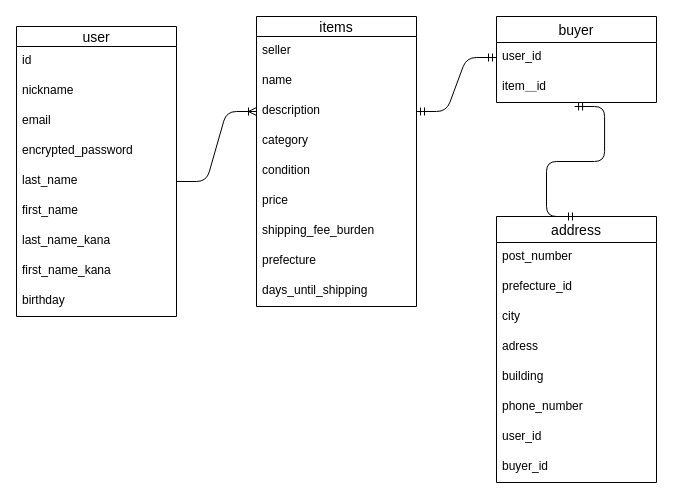
The draw.io diagram ER.dio in srs5576/furima-38524, before the edit. Source tidied: cells renumbered, new cells numbered last; positions are measured from the earlier drawing's top-left corner, leaving out a move shared by most shapes. Both pictures are drawn from the tidied source at 100%, with x=0, y=0 at pixel (16, 16).
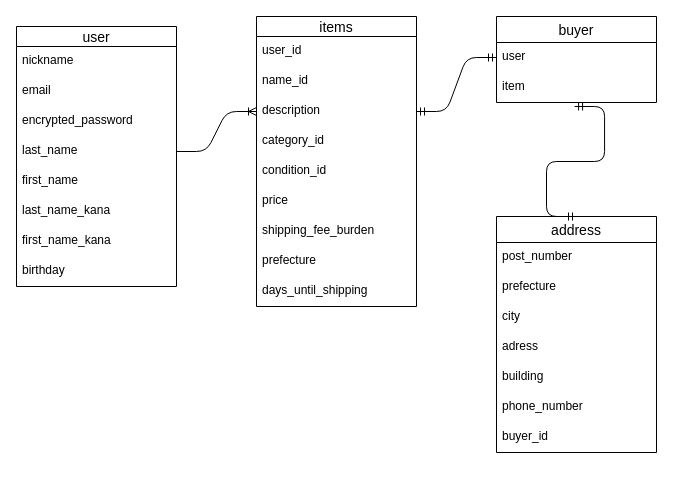
Above is the later version.

The change refers to these unchanged cells:
```xml
<mxCell id="12" value="items" style="swimlane;fontStyle=0;horizontal=1;startSize=20;align=center;fontSize=14;" parent="1" vertex="1">
  <mxGeometry x="240" width="160" height="290" as="geometry" />
</mxCell>
<mxCell id="32" value="buyer" style="swimlane;fontStyle=0;horizontal=1;startSize=26;align=center;fontSize=14;" parent="1" vertex="1">
  <mxGeometry x="480" width="160" height="86" as="geometry" />
</mxCell>
```

What changed in the source:
```diff
@@
     <mxCell id="2" value="user" style="swimlane;fontStyle=0;horizontal=1;startSize=20;align=center;fontSize=14;" parent="1" vertex="1">
-      <mxGeometry y="10" width="160" height="290" as="geometry" />
+      <mxGeometry y="10" width="160" height="260" as="geometry" />
     </mxCell>
-    <mxCell id="3" value="id" style="text;strokeColor=none;fillColor=none;spacingLeft=4;spacingRight=4;overflow=hidden;fontSize=12;" parent="2" vertex="1">
-      <mxGeometry y="20" width="160" height="30" as="geometry" />
-    </mxCell>
     <mxCell id="4" value="nickname" style="text;strokeColor=none;fillColor=none;spacingLeft=4;spacingRight=4;overflow=hidden;fontSize=12;" parent="2" vertex="1">
-      <mxGeometry y="50" width="160" height="30" as="geometry" />
+      <mxGeometry y="20" width="160" height="30" as="geometry" />
     </mxCell>
     <mxCell id="5" value="email" style="text;strokeColor=none;fillColor=none;spacingLeft=4;spacingRight=4;overflow=hidden;fontSize=12;" parent="2" vertex="1">
-      <mxGeometry y="80" width="160" height="30" as="geometry" />
+      <mxGeometry y="50" width="160" height="30" as="geometry" />
     </mxCell>
     <mxCell id="6" value="encrypted_password" style="text;strokeColor=none;fillColor=none;spacingLeft=4;spacingRight=4;overflow=hidden;fontSize=12;" parent="2" vertex="1">
-      <mxGeometry y="110" width="160" height="30" as="geometry" />
+      <mxGeometry y="80" width="160" height="30" as="geometry" />
     </mxCell>
     <mxCell id="7" value="last_name" style="text;strokeColor=none;fillColor=none;spacingLeft=4;spacingRight=4;overflow=hidden;points=[[0,0.5],[1,0.5]];portConstraint=eastwest;fontSize=12;" parent="2" vertex="1">
-      <mxGeometry y="140" width="160" height="30" as="geometry" />
+      <mxGeometry y="110" width="160" height="30" as="geometry" />
     </mxCell>
     <mxCell id="8" value="first_name" style="text;strokeColor=none;fillColor=none;spacingLeft=4;spacingRight=4;overflow=hidden;fontSize=12;" parent="2" vertex="1">
-      <mxGeometry y="170" width="160" height="30" as="geometry" />
+      <mxGeometry y="140" width="160" height="30" as="geometry" />
     </mxCell>
     <mxCell id="9" value="last_name_kana" style="text;strokeColor=none;fillColor=none;spacingLeft=4;spacingRight=4;overflow=hidden;fontSize=12;" parent="2" vertex="1">
-      <mxGeometry y="200" width="160" height="30" as="geometry" />
+      <mxGeometry y="170" width="160" height="30" as="geometry" />
     </mxCell>
     <mxCell id="10" value="first_name_kana" style="text;strokeColor=none;fillColor=none;spacingLeft=4;spacingRight=4;overflow=hidden;fontSize=12;" parent="2" vertex="1">
-      <mxGeometry y="230" width="160" height="30" as="geometry" />
+      <mxGeometry y="200" width="160" height="30" as="geometry" />
     </mxCell>
     <mxCell id="11" value="birthday" style="text;strokeColor=none;fillColor=none;spacingLeft=4;spacingRight=4;overflow=hidden;fontSize=12;" parent="2" vertex="1">
-      <mxGeometry y="260" width="160" height="30" as="geometry" />
+      <mxGeometry y="230" width="160" height="30" as="geometry" />
     </mxCell>
@@
-    <mxCell id="13" value="seller" style="text;strokeColor=none;fillColor=none;spacingLeft=4;spacingRight=4;overflow=hidden;fontSize=12;" parent="12" vertex="1">
+    <mxCell id="13" value="user_id" style="text;strokeColor=none;fillColor=none;spacingLeft=4;spacingRight=4;overflow=hidden;fontSize=12;" parent="12" vertex="1">
       <mxGeometry y="20" width="160" height="30" as="geometry" />
     </mxCell>
-    <mxCell id="14" value="name" style="text;strokeColor=none;fillColor=none;spacingLeft=4;spacingRight=4;overflow=hidden;fontSize=12;" parent="12" vertex="1">
+    <mxCell id="14" value="name_id" style="text;strokeColor=none;fillColor=none;spacingLeft=4;spacingRight=4;overflow=hidden;fontSize=12;" parent="12" vertex="1">
       <mxGeometry y="50" width="160" height="30" as="geometry" />
     </mxCell>
@@
-    <mxCell id="16" value="category" style="text;strokeColor=none;fillColor=none;spacingLeft=4;spacingRight=4;overflow=hidden;fontSize=12;" parent="12" vertex="1">
+    <mxCell id="16" value="category_id" style="text;strokeColor=none;fillColor=none;spacingLeft=4;spacingRight=4;overflow=hidden;fontSize=12;" parent="12" vertex="1">
       <mxGeometry y="110" width="160" height="30" as="geometry" />
     </mxCell>
-    <mxCell id="17" value="condition" style="text;strokeColor=none;fillColor=none;spacingLeft=4;spacingRight=4;overflow=hidden;fontSize=12;" parent="12" vertex="1">
+    <mxCell id="17" value="condition_id" style="text;strokeColor=none;fillColor=none;spacingLeft=4;spacingRight=4;overflow=hidden;fontSize=12;" parent="12" vertex="1">
       <mxGeometry y="140" width="160" height="30" as="geometry" />
     </mxCell>
@@
     <mxCell id="22" value="address" style="swimlane;fontStyle=0;horizontal=1;startSize=26;align=center;fontSize=14;" parent="1" vertex="1">
-      <mxGeometry x="480" y="200" width="160" height="266" as="geometry" />
+      <mxGeometry x="480" y="200" width="160" height="236" as="geometry" />
     </mxCell>
@@
-    <mxCell id="24" value="prefecture_id" style="text;strokeColor=none;fillColor=none;spacingLeft=4;spacingRight=4;overflow=hidden;fontSize=12;" parent="22" vertex="1">
+    <mxCell id="24" value="prefecture" style="text;strokeColor=none;fillColor=none;spacingLeft=4;spacingRight=4;overflow=hidden;fontSize=12;" parent="22" vertex="1">
       <mxGeometry y="56" width="160" height="30" as="geometry" />
     </mxCell>
@@
-    <mxCell id="29" value="user_id" style="text;strokeColor=none;fillColor=none;spacingLeft=4;spacingRight=4;overflow=hidden;fontSize=12;" parent="22" vertex="1">
-      <mxGeometry y="206" width="160" height="30" as="geometry" />
-    </mxCell>
     <mxCell id="30" value="buyer_id" style="text;strokeColor=none;fillColor=none;spacingLeft=4;spacingRight=4;overflow=hidden;fontSize=12;" parent="22" vertex="1">
-      <mxGeometry y="236" width="160" height="30" as="geometry" />
+      <mxGeometry y="206" width="160" height="30" as="geometry" />
     </mxCell>
@@
-    <mxCell id="33" value="user_id" style="text;strokeColor=none;fillColor=none;spacingLeft=4;spacingRight=4;overflow=hidden;points=[[0,0.5],[1,0.5]];portConstraint=eastwest;fontSize=12;" parent="32" vertex="1">
+    <mxCell id="33" value="user" style="text;strokeColor=none;fillColor=none;spacingLeft=4;spacingRight=4;overflow=hidden;points=[[0,0.5],[1,0.5]];portConstraint=eastwest;fontSize=12;" parent="32" vertex="1">
       <mxGeometry y="26" width="160" height="30" as="geometry" />
     </mxCell>
-    <mxCell id="34" value="item＿id" style="text;strokeColor=none;fillColor=none;spacingLeft=4;spacingRight=4;overflow=hidden;points=[[0,0.5],[1,0.5]];portConstraint=eastwest;fontSize=12;" parent="32" vertex="1">
+    <mxCell id="34" value="item" style="text;strokeColor=none;fillColor=none;spacingLeft=4;spacingRight=4;overflow=hidden;points=[[0,0.5],[1,0.5]];portConstraint=eastwest;fontSize=12;" parent="32" vertex="1">
       <mxGeometry y="56" width="160" height="30" as="geometry" />
     </mxCell>
```
